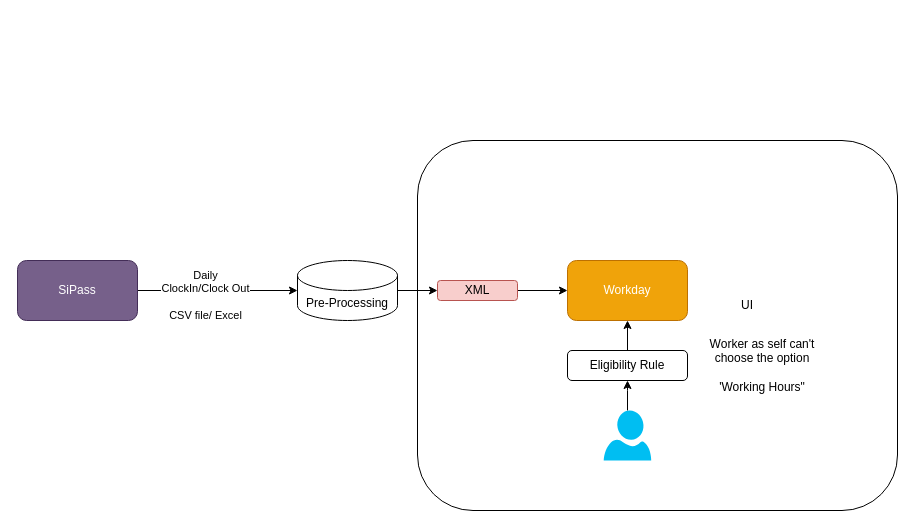
sandyaroma/sandyaroma keeps this draw.io diagram as FLENDER.drawio. Above is the earlier version. Source tidied: cells renumbered, new cells numbered last; positions are measured from the earlier drawing's top-left corner, leaving out a move shared by most shapes. Both pictures are drawn from the tidied source at 100%, with x=0, y=0 at pixel (17, 140).
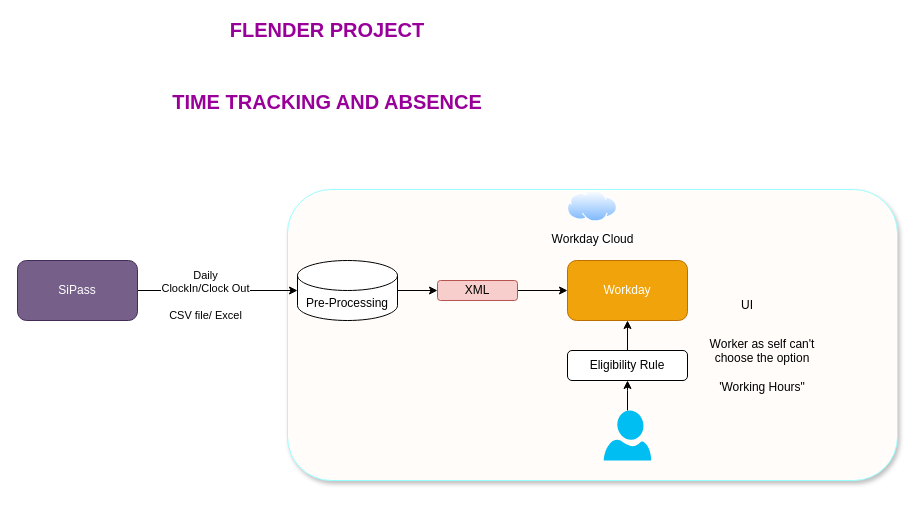
The same diagram, later.

Diff of the diagram source:
```diff
@@
 <mxGraphModel>
   <root>
     <mxCell id="0" />
     <mxCell id="1" parent="0" />
-    <mxCell id="2" style="rounded=1;whiteSpace=wrap;html=1;" parent="1" vertex="1">
-      <mxGeometry x="400" width="480" height="370" as="geometry" />
+    <mxCell id="2" style="rounded=1;whiteSpace=wrap;html=1;strokeColor=#99FFFF;shadow=1;fillColor=#FFFCFA;" parent="1" vertex="1">
+      <mxGeometry x="270" y="49" width="610" height="291" as="geometry" />
     </mxCell>
     <mxCell id="3" style="edgeStyle=orthogonalEdgeStyle;rounded=0;jettySize=auto;html=1;" parent="1" edge="1" source="5" target="8">
       <mxGeometry relative="1" as="geometry" />
     </mxCell>
     <mxCell id="4" value="Daily&lt;div&gt;ClockIn/Clock Out&lt;/div&gt;&lt;div&gt;&lt;br&gt;&lt;/div&gt;&lt;div&gt;CSV file/ Excel&lt;/div&gt;" style="edgeLabel;html=1;align=center;verticalAlign=middle;" parent="3" vertex="1">
       <mxGeometry x="-0.16" y="-4" relative="1" as="geometry" />
     </mxCell>
     <mxCell id="5" value="SiPass" style="rounded=1;whiteSpace=wrap;html=1;fillColor=#76608a;fontColor=#ffffff;strokeColor=#432D57;" parent="1" vertex="1">
       <mxGeometry y="120" width="120" height="60" as="geometry" />
     </mxCell>
     <mxCell id="6" value="&lt;font color=&quot;#ffffff&quot;&gt;Workday&lt;/font&gt;" style="rounded=1;whiteSpace=wrap;html=1;fillColor=#f0a30a;strokeColor=#BD7000;fontColor=#000000;" parent="1" vertex="1">
       <mxGeometry x="550" y="120" width="120" height="60" as="geometry" />
     </mxCell>
     <mxCell id="7" style="edgeStyle=orthogonalEdgeStyle;rounded=0;jettySize=auto;html=1;" parent="1" edge="1" source="8" target="10">
       <mxGeometry relative="1" as="geometry" />
     </mxCell>
     <mxCell id="8" value="Pre-Processing" style="shape=cylinder3;whiteSpace=wrap;html=1;boundedLbl=1;backgroundOutline=1;size=15;" parent="1" vertex="1">
       <mxGeometry x="280" y="120" width="100" height="60" as="geometry" />
     </mxCell>
     <mxCell id="9" style="edgeStyle=orthogonalEdgeStyle;rounded=0;jettySize=auto;html=1;" parent="1" edge="1" source="10" target="6">
       <mxGeometry relative="1" as="geometry" />
     </mxCell>
     <mxCell id="10" value="XML" style="rounded=1;whiteSpace=wrap;html=1;fillColor=#f8cecc;strokeColor=#b85450;" parent="1" vertex="1">
       <mxGeometry x="420" y="140" width="80" height="20" as="geometry" />
     </mxCell>
     <mxCell id="11" style="edgeStyle=orthogonalEdgeStyle;rounded=0;jettySize=auto;html=1;entryX=0.5;entryY=1;entryDx=0;entryDy=0;" parent="1" edge="1" source="12" target="6">
       <mxGeometry relative="1" as="geometry" />
     </mxCell>
     <mxCell id="12" value="Eligibility Rule" style="rounded=1;whiteSpace=wrap;html=1;" parent="1" vertex="1">
       <mxGeometry x="550" y="210" width="120" height="30" as="geometry" />
     </mxCell>
     <mxCell id="13" style="edgeStyle=orthogonalEdgeStyle;rounded=0;jettySize=auto;html=1;entryX=0.5;entryY=1;entryDx=0;entryDy=0;" parent="1" edge="1" source="14" target="12">
       <mxGeometry relative="1" as="geometry" />
     </mxCell>
     <mxCell id="14" style="verticalLabelPosition=bottom;html=1;verticalAlign=top;align=center;strokeColor=none;fillColor=#00BEF2;shape=mxgraph.azure.user;" parent="1" vertex="1">
       <mxGeometry x="586.2" y="270" width="47.5" height="50" as="geometry" />
     </mxCell>
     <mxCell id="15" value="Worker as self can't choose the option&lt;div&gt;&lt;br&gt;&lt;/div&gt;&lt;div&gt;'Working Hours&quot;&lt;/div&gt;" style="text;html=1;align=center;verticalAlign=middle;whiteSpace=wrap;rounded=0;" parent="1" vertex="1">
       <mxGeometry x="680" y="210" width="130" height="30" as="geometry" />
     </mxCell>
     <mxCell id="16" value="UI" style="text;html=1;align=center;verticalAlign=middle;whiteSpace=wrap;rounded=0;" parent="1" vertex="1">
       <mxGeometry x="700" y="150" width="60" height="30" as="geometry" />
     </mxCell>
+    <mxCell id="17" value="Workday Cloud" style="image;perimeter=ellipsePerimeter;html=1;align=center;shadow=0;dashed=0;spacingTop=3;image=img/lib/active_directory/internet_cloud.svg;" parent="1" vertex="1">
+      <mxGeometry x="550" y="50" width="50" height="31.5" as="geometry" />
+    </mxCell>
+    <mxCell id="18" value="&lt;b&gt;&lt;font color=&quot;#990099&quot; style=&quot;font-size: 20px;&quot;&gt;FLENDER PROJECT&lt;/font&gt;&lt;/b&gt;&lt;div&gt;&lt;b&gt;&lt;font color=&quot;#990099&quot; style=&quot;font-size: 20px;&quot;&gt;&lt;br&gt;&lt;/font&gt;&lt;/b&gt;&lt;/div&gt;&lt;div&gt;&lt;b&gt;&lt;font color=&quot;#990099&quot; style=&quot;font-size: 20px;&quot;&gt;&lt;br&gt;&lt;/font&gt;&lt;/b&gt;&lt;/div&gt;&lt;div&gt;&lt;b&gt;&lt;font color=&quot;#990099&quot; style=&quot;font-size: 20px;&quot;&gt;TIME TRACKING AND ABSENCE&lt;/font&gt;&lt;/b&gt;&lt;/div&gt;" style="text;html=1;align=center;verticalAlign=middle;whiteSpace=wrap;rounded=0;" parent="1" vertex="1">
+      <mxGeometry x="90" y="-90" width="440" height="30" as="geometry" />
+    </mxCell>
   </root>
 </mxGraphModel>
```
